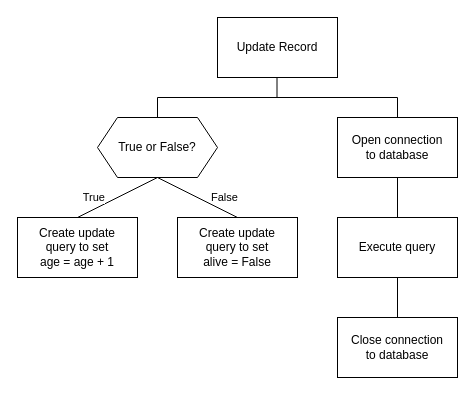
The draw.io diagram page "sd7" (14 of 14) of ah-cs/sdd/AH-SDD-Animals/assets/diagrams/AH-SDD-Animals.drawio in MrFriendCS/MrFriendCS.github.io, before the edit. Source tidied: cells renumbered, new cells numbered last; positions are measured from the earlier drawing's top-left corner, leaving out a move shared by most shapes. Both pictures are drawn from the tidied source at 100%, with x=0, y=0 at pixel (17, 17).
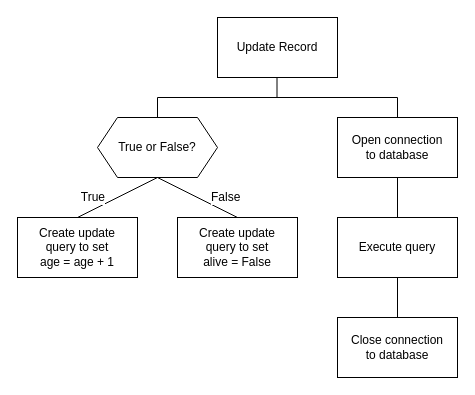
After the change.

What changed in the source:
```diff
@@
-    <mxCell id="11" value="True" style="text;html=1;align=right;verticalAlign=middle;whiteSpace=wrap;rounded=0;fontFamily=Helvetica;fontSize=11;fontColor=default;labelBackgroundColor=default;" parent="1" vertex="1">
+    <mxCell id="11" value="True" style="text;html=1;align=right;verticalAlign=middle;whiteSpace=wrap;rounded=0;fontFamily=Helvetica;fontSize=12;fontColor=default;labelBackgroundColor=default;" parent="1" vertex="1">
       <mxGeometry x="50" y="170" width="40" height="20" as="geometry" />
     </mxCell>
-    <mxCell id="12" value="False" style="text;html=1;align=left;verticalAlign=middle;whiteSpace=wrap;rounded=0;fontFamily=Helvetica;fontSize=11;fontColor=default;labelBackgroundColor=default;" parent="1" vertex="1">
+    <mxCell id="12" value="False" style="text;html=1;align=left;verticalAlign=middle;whiteSpace=wrap;rounded=0;fontFamily=Helvetica;fontSize=12;fontColor=default;labelBackgroundColor=default;" parent="1" vertex="1">
       <mxGeometry x="192" y="170" width="40" height="20" as="geometry" />
     </mxCell>
```
